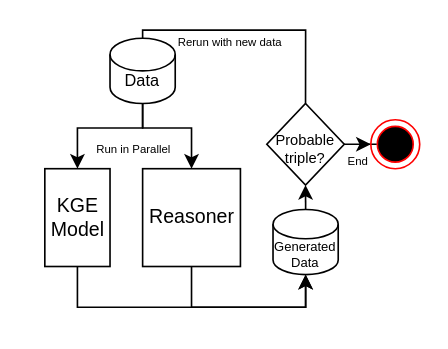
Earlier version of the draw.io diagram page "Overview" (1 of 5) of Thesis_diagrams.drawio (smejkka3/kge-w-rule-based-reasoning). Source tidied: cells renumbered, new cells numbered last; positions are measured from the earlier drawing's top-left corner, leaving out a move shared by most shapes. Both pictures are drawn from the tidied source at 163%, with x=0, y=0 at pixel (44, 29).
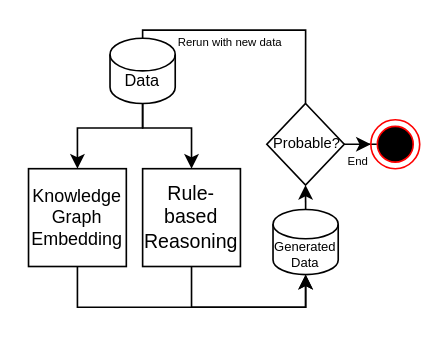
Above is the later version.

The edit, as a diff of the source:
```diff
@@
-    <mxCell id="3" value="KGE &lt;br&gt;Model" style="html=1;dashed=0;whitespace=wrap;" parent="1" vertex="1">
-      <mxGeometry y="85" width="40" height="60" as="geometry" />
+    <mxCell id="3" value="Knowledge Graph Embedding" style="html=1;dashed=0;whitespace=wrap;whiteSpace=wrap;fontSize=11;" parent="1" vertex="1">
+      <mxGeometry x="-10" y="85" width="60" height="60" as="geometry" />
     </mxCell>
@@
-    <mxCell id="5" value="Reasoner" style="html=1;dashed=0;whitespace=wrap;" parent="1" vertex="1">
+    <mxCell id="5" value="Rule-based Reasoning" style="html=1;dashed=0;whitespace=wrap;whiteSpace=wrap;" parent="1" vertex="1">
       <mxGeometry x="60" y="85" width="60" height="60" as="geometry" />
     </mxCell>
@@
-    <mxCell id="14" value="&lt;font style=&quot;font-size: 9px;&quot;&gt;Probable triple?&lt;/font&gt;" style="shape=rhombus;html=1;verticalLabelPosition=middle;verticalAlignment=top;whiteSpace=wrap;verticalAlign=middle;labelPosition=center;align=center;fontSize=6;spacingTop=5;" parent="1" vertex="1">
+    <mxCell id="14" value="&lt;font style=&quot;font-size: 9px;&quot;&gt;Probable?&lt;/font&gt;" style="shape=rhombus;html=1;verticalLabelPosition=middle;verticalAlignment=top;whiteSpace=wrap;verticalAlign=middle;labelPosition=center;align=center;fontSize=6;spacingTop=0;spacingLeft=2;" parent="1" vertex="1">
       <mxGeometry x="136.2" y="45" width="47.5" height="50" as="geometry" />
     </mxCell>
@@
-    <mxCell id="16" value="&lt;font style=&quot;font-size: 7px;&quot;&gt;Run in Parallel&lt;/font&gt;" style="edgeLabel;html=1;align=left;verticalAlign=middle;labelBackgroundColor=none;labelPosition=right;verticalLabelPosition=middle;" parent="1" vertex="1">
-      <mxGeometry y="70" as="geometry">
-        <mxPoint x="30" y="1" as="offset" />
-      </mxGeometry>
-    </mxCell>
```
